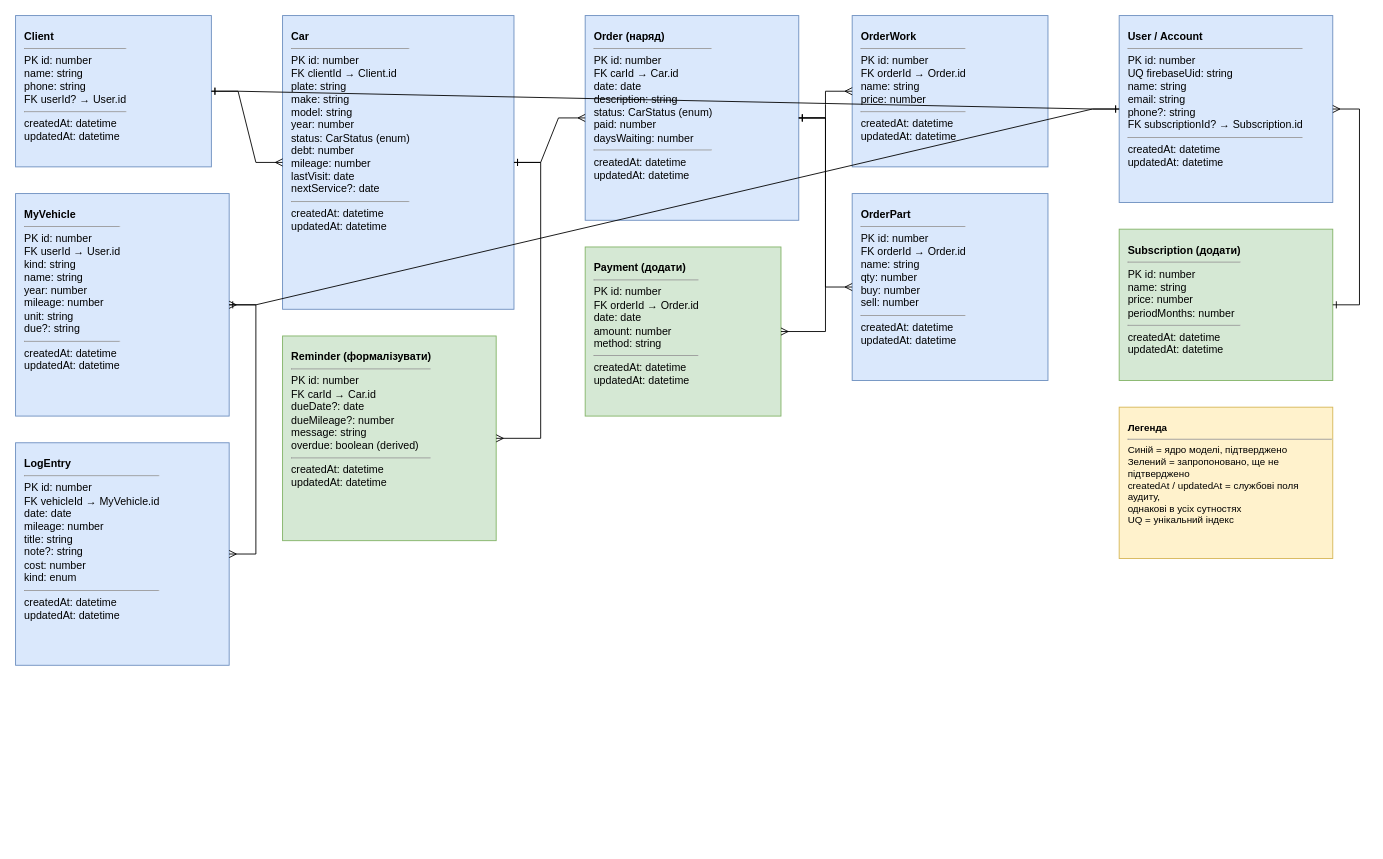
Before: garage-erd.drawio in maksymkrat/GarageOS, a draw.io diagram. Source tidied: cells renumbered, new cells numbered last; positions are measured from the earlier drawing's top-left corner, leaving out a move shared by most shapes. Both pictures are drawn from the tidied source at 89%, with x=0, y=0 at pixel (15, 15).
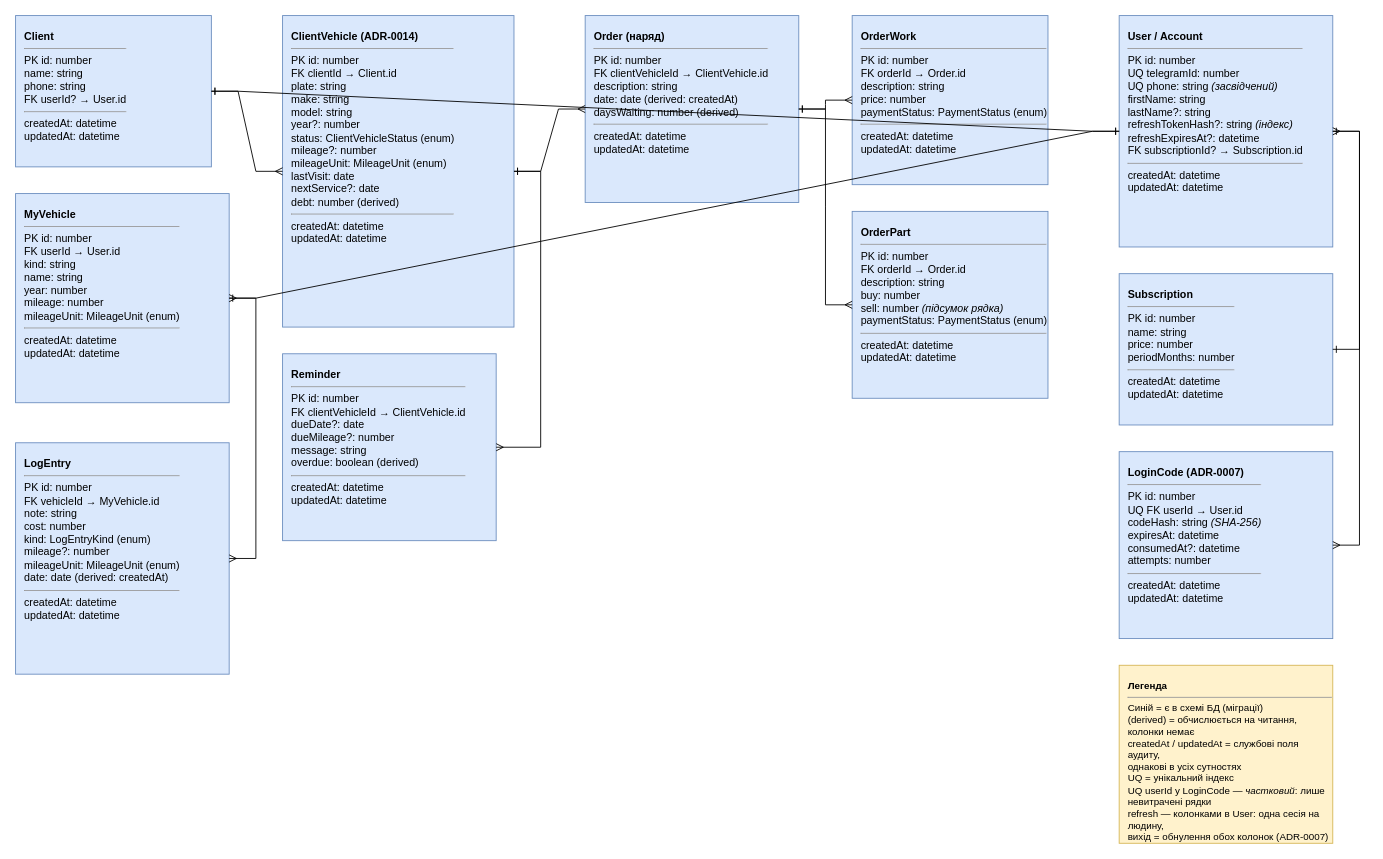
The same diagram, later.

Unchanged cells that the change refers to:
```xml
<mxCell id="2" value="&lt;b&gt;Client&lt;/b&gt;&lt;hr size=1&gt;PK id: number&lt;br&gt;name: string&lt;br&gt;phone: string&lt;br&gt;FK userId? → User.id&lt;hr size=1&gt;createdAt: datetime&lt;br&gt;updatedAt: datetime" style="rounded=0;whiteSpace=wrap;html=1;align=left;verticalAlign=top;spacingLeft=8;spacingTop=10;fontSize=12;fillColor=#dae8fc;strokeColor=#6c8ebf;" parent="1" vertex="1">
  <mxGeometry width="220" height="170" as="geometry" />
</mxCell>
```

What changed in the source:
```diff
@@
-    <mxCell id="3" value="&lt;b&gt;Car&lt;/b&gt;&lt;hr size=1&gt;PK id: number&lt;br&gt;FK clientId → Client.id&lt;br&gt;plate: string&lt;br&gt;make: string&lt;br&gt;model: string&lt;br&gt;year: number&lt;br&gt;status: CarStatus (enum)&lt;br&gt;debt: number&lt;br&gt;mileage: number&lt;br&gt;lastVisit: date&lt;br&gt;nextService?: date&lt;hr size=1&gt;createdAt: datetime&lt;br&gt;updatedAt: datetime" style="rounded=0;whiteSpace=wrap;html=1;align=left;verticalAlign=top;spacingLeft=8;spacingTop=10;fontSize=12;fillColor=#dae8fc;strokeColor=#6c8ebf;" parent="1" vertex="1">
-      <mxGeometry x="300" width="260" height="330" as="geometry" />
-    </mxCell>
+    <mxCell id="24" value="&lt;b&gt;ClientVehicle (ADR-0014)&lt;/b&gt;&lt;hr size=1&gt;PK id: number&lt;br&gt;FK clientId → Client.id&lt;br&gt;plate: string&lt;br&gt;make: string&lt;br&gt;model: string&lt;br&gt;year?: number&lt;br&gt;status: ClientVehicleStatus (enum)&lt;br&gt;mileage?: number&lt;br&gt;mileageUnit: MileageUnit (enum)&lt;br&gt;lastVisit: date&lt;br&gt;nextService?: date&lt;br&gt;debt: number (derived)&lt;hr size=1&gt;createdAt: datetime&lt;br&gt;updatedAt: datetime" style="rounded=0;whiteSpace=wrap;html=1;align=left;verticalAlign=top;spacingLeft=8;spacingTop=10;fontSize=12;fillColor=#dae8fc;strokeColor=#6c8ebf;" parent="1" vertex="1">
+      <mxGeometry x="300" width="260" height="350" as="geometry" />
+    </mxCell>
-    <mxCell id="4" value="&lt;b&gt;Order (наряд)&lt;/b&gt;&lt;hr size=1&gt;PK id: number&lt;br&gt;FK carId → Car.id&lt;br&gt;date: date&lt;br&gt;description: string&lt;br&gt;status: CarStatus (enum)&lt;br&gt;paid: number&lt;br&gt;daysWaiting: number&lt;hr size=1&gt;createdAt: datetime&lt;br&gt;updatedAt: datetime" style="rounded=0;whiteSpace=wrap;html=1;align=left;verticalAlign=top;spacingLeft=8;spacingTop=10;fontSize=12;fillColor=#dae8fc;strokeColor=#6c8ebf;" parent="1" vertex="1">
-      <mxGeometry x="640" width="240" height="230" as="geometry" />
+    <mxCell id="4" value="&lt;b&gt;Order (наряд)&lt;/b&gt;&lt;hr size=1&gt;PK id: number&lt;br&gt;FK clientVehicleId → ClientVehicle.id&lt;br&gt;description: string&lt;br&gt;date: date (derived: createdAt)&lt;br&gt;daysWaiting: number (derived)&lt;hr size=1&gt;createdAt: datetime&lt;br&gt;updatedAt: datetime" style="rounded=0;whiteSpace=wrap;html=1;align=left;verticalAlign=top;spacingLeft=8;spacingTop=10;fontSize=12;fillColor=#dae8fc;strokeColor=#6c8ebf;" parent="1" vertex="1">
+      <mxGeometry x="640" width="240" height="210" as="geometry" />
     </mxCell>
-    <mxCell id="5" value="&lt;b&gt;OrderWork&lt;/b&gt;&lt;hr size=1&gt;PK id: number&lt;br&gt;FK orderId → Order.id&lt;br&gt;name: string&lt;br&gt;price: number&lt;hr size=1&gt;createdAt: datetime&lt;br&gt;updatedAt: datetime" style="rounded=0;whiteSpace=wrap;html=1;align=left;verticalAlign=top;spacingLeft=8;spacingTop=10;fontSize=12;fillColor=#dae8fc;strokeColor=#6c8ebf;" parent="1" vertex="1">
-      <mxGeometry x="940" width="220" height="170" as="geometry" />
+    <mxCell id="5" value="&lt;b&gt;OrderWork&lt;/b&gt;&lt;hr size=1&gt;PK id: number&lt;br&gt;FK orderId → Order.id&lt;br&gt;description: string&lt;br&gt;price: number&lt;br&gt;paymentStatus: PaymentStatus (enum)&lt;hr size=1&gt;createdAt: datetime&lt;br&gt;updatedAt: datetime" style="rounded=0;whiteSpace=wrap;html=1;align=left;verticalAlign=top;spacingLeft=8;spacingTop=10;fontSize=12;fillColor=#dae8fc;strokeColor=#6c8ebf;" parent="1" vertex="1">
+      <mxGeometry x="940" width="220" height="190" as="geometry" />
     </mxCell>
-    <mxCell id="6" value="&lt;b&gt;OrderPart&lt;/b&gt;&lt;hr size=1&gt;PK id: number&lt;br&gt;FK orderId → Order.id&lt;br&gt;name: string&lt;br&gt;qty: number&lt;br&gt;buy: number&lt;br&gt;sell: number&lt;hr size=1&gt;createdAt: datetime&lt;br&gt;updatedAt: datetime" style="rounded=0;whiteSpace=wrap;html=1;align=left;verticalAlign=top;spacingLeft=8;spacingTop=10;fontSize=12;fillColor=#dae8fc;strokeColor=#6c8ebf;" parent="1" vertex="1">
-      <mxGeometry x="940" y="200" width="220" height="210" as="geometry" />
+    <mxCell id="6" value="&lt;b&gt;OrderPart&lt;/b&gt;&lt;hr size=1&gt;PK id: number&lt;br&gt;FK orderId → Order.id&lt;br&gt;description: string&lt;br&gt;buy: number&lt;br&gt;sell: number &lt;i&gt;(підсумок рядка)&lt;/i&gt;&lt;br&gt;paymentStatus: PaymentStatus (enum)&lt;hr size=1&gt;createdAt: datetime&lt;br&gt;updatedAt: datetime" style="rounded=0;whiteSpace=wrap;html=1;align=left;verticalAlign=top;spacingLeft=8;spacingTop=10;fontSize=12;fillColor=#dae8fc;strokeColor=#6c8ebf;" parent="1" vertex="1">
+      <mxGeometry x="940" y="220" width="220" height="210" as="geometry" />
     </mxCell>
-    <mxCell id="7" value="&lt;b&gt;Reminder (формалізувати)&lt;/b&gt;&lt;hr size=1&gt;PK id: number&lt;br&gt;FK carId → Car.id&lt;br&gt;dueDate?: date&lt;br&gt;dueMileage?: number&lt;br&gt;message: string&lt;br&gt;overdue: boolean (derived)&lt;hr size=1&gt;createdAt: datetime&lt;br&gt;updatedAt: datetime" style="rounded=0;whiteSpace=wrap;html=1;align=left;verticalAlign=top;spacingLeft=8;spacingTop=10;fontSize=12;fillColor=#d5e8d4;strokeColor=#82b366;" parent="1" vertex="1">
-      <mxGeometry x="300" y="360" width="240" height="230" as="geometry" />
+    <mxCell id="7" value="&lt;b&gt;Reminder&lt;/b&gt;&lt;hr size=1&gt;PK id: number&lt;br&gt;FK clientVehicleId → ClientVehicle.id&lt;br&gt;dueDate?: date&lt;br&gt;dueMileage?: number&lt;br&gt;message: string&lt;br&gt;overdue: boolean (derived)&lt;hr size=1&gt;createdAt: datetime&lt;br&gt;updatedAt: datetime" style="rounded=0;whiteSpace=wrap;html=1;align=left;verticalAlign=top;spacingLeft=8;spacingTop=10;fontSize=12;fillColor=#dae8fc;strokeColor=#6c8ebf;" parent="1" vertex="1">
+      <mxGeometry x="300" y="380" width="240" height="210" as="geometry" />
     </mxCell>
-    <mxCell id="8" value="&lt;b&gt;Payment (додати)&lt;/b&gt;&lt;hr size=1&gt;PK id: number&lt;br&gt;FK orderId → Order.id&lt;br&gt;date: date&lt;br&gt;amount: number&lt;br&gt;method: string&lt;hr size=1&gt;createdAt: datetime&lt;br&gt;updatedAt: datetime" style="rounded=0;whiteSpace=wrap;html=1;align=left;verticalAlign=top;spacingLeft=8;spacingTop=10;fontSize=12;fillColor=#d5e8d4;strokeColor=#82b366;" parent="1" vertex="1">
-      <mxGeometry x="640" y="260" width="220" height="190" as="geometry" />
-    </mxCell>
-    <mxCell id="9" value="&lt;b&gt;MyVehicle&lt;/b&gt;&lt;hr size=1&gt;PK id: number&lt;br&gt;FK userId → User.id&lt;br&gt;kind: string&lt;br&gt;name: string&lt;br&gt;year: number&lt;br&gt;mileage: number&lt;br&gt;unit: string&lt;br&gt;due?: string&lt;hr size=1&gt;createdAt: datetime&lt;br&gt;updatedAt: datetime" style="rounded=0;whiteSpace=wrap;html=1;align=left;verticalAlign=top;spacingLeft=8;spacingTop=10;fontSize=12;fillColor=#dae8fc;strokeColor=#6c8ebf;" parent="1" vertex="1">
-      <mxGeometry y="200" width="240" height="250" as="geometry" />
+    <mxCell id="9" value="&lt;b&gt;MyVehicle&lt;/b&gt;&lt;hr size=1&gt;PK id: number&lt;br&gt;FK userId → User.id&lt;br&gt;kind: string&lt;br&gt;name: string&lt;br&gt;year: number&lt;br&gt;mileage: number&lt;br&gt;mileageUnit: MileageUnit (enum)&lt;hr size=1&gt;createdAt: datetime&lt;br&gt;updatedAt: datetime" style="rounded=0;whiteSpace=wrap;html=1;align=left;verticalAlign=top;spacingLeft=8;spacingTop=10;fontSize=12;fillColor=#dae8fc;strokeColor=#6c8ebf;" parent="1" vertex="1">
+      <mxGeometry y="200" width="240" height="235" as="geometry" />
     </mxCell>
-    <mxCell id="10" value="&lt;b&gt;LogEntry&lt;/b&gt;&lt;hr size=1&gt;PK id: number&lt;br&gt;FK vehicleId → MyVehicle.id&lt;br&gt;date: date&lt;br&gt;mileage: number&lt;br&gt;title: string&lt;br&gt;note?: string&lt;br&gt;cost: number&lt;br&gt;kind: enum&lt;hr size=1&gt;createdAt: datetime&lt;br&gt;updatedAt: datetime" style="rounded=0;whiteSpace=wrap;html=1;align=left;verticalAlign=top;spacingLeft=8;spacingTop=10;fontSize=12;fillColor=#dae8fc;strokeColor=#6c8ebf;" parent="1" vertex="1">
-      <mxGeometry y="480" width="240" height="250" as="geometry" />
+    <mxCell id="10" value="&lt;b&gt;LogEntry&lt;/b&gt;&lt;hr size=1&gt;PK id: number&lt;br&gt;FK vehicleId → MyVehicle.id&lt;br&gt;note: string&lt;br&gt;cost: number&lt;br&gt;kind: LogEntryKind (enum)&lt;br&gt;mileage?: number&lt;br&gt;mileageUnit: MileageUnit (enum)&lt;br&gt;date: date (derived: createdAt)&lt;hr size=1&gt;createdAt: datetime&lt;br&gt;updatedAt: datetime" style="rounded=0;whiteSpace=wrap;html=1;align=left;verticalAlign=top;spacingLeft=8;spacingTop=10;fontSize=12;fillColor=#dae8fc;strokeColor=#6c8ebf;" parent="1" vertex="1">
+      <mxGeometry y="480" width="240" height="260" as="geometry" />
     </mxCell>
-    <mxCell id="11" value="&lt;b&gt;User / Account&lt;/b&gt;&lt;hr size=1&gt;PK id: number&lt;br&gt;UQ firebaseUid: string&lt;br&gt;name: string&lt;br&gt;email: string&lt;br&gt;phone?: string&lt;br&gt;FK subscriptionId? → Subscription.id&lt;hr size=1&gt;createdAt: datetime&lt;br&gt;updatedAt: datetime" style="rounded=0;whiteSpace=wrap;html=1;align=left;verticalAlign=top;spacingLeft=8;spacingTop=10;fontSize=12;fillColor=#dae8fc;strokeColor=#6c8ebf;" parent="1" vertex="1">
-      <mxGeometry x="1240" width="240" height="210" as="geometry" />
+    <mxCell id="11" value="&lt;b&gt;User / Account&lt;/b&gt;&lt;hr size=1&gt;PK id: number&lt;br&gt;UQ telegramId: number&lt;br&gt;UQ phone: string &lt;i&gt;(засвідчений)&lt;/i&gt;&lt;br&gt;firstName: string&lt;br&gt;lastName?: string&lt;br&gt;refreshTokenHash?: string &lt;i&gt;(індекс)&lt;/i&gt;&lt;br&gt;refreshExpiresAt?: datetime&lt;br&gt;FK subscriptionId? → Subscription.id&lt;hr size=1&gt;createdAt: datetime&lt;br&gt;updatedAt: datetime" style="rounded=0;whiteSpace=wrap;html=1;align=left;verticalAlign=top;spacingLeft=8;spacingTop=10;fontSize=12;fillColor=#dae8fc;strokeColor=#6c8ebf;" parent="1" vertex="1">
+      <mxGeometry x="1240" width="240" height="260" as="geometry" />
     </mxCell>
-    <mxCell id="12" style="edgeStyle=entityRelationEdgeStyle;rounded=0;html=1;startArrow=ERone;startFill=0;endArrow=ERmany;endFill=0;fontSize=10;" parent="1" edge="1" source="2" target="3">
+    <mxCell id="12" style="edgeStyle=entityRelationEdgeStyle;rounded=0;html=1;startArrow=ERone;startFill=0;endArrow=ERmany;endFill=0;fontSize=10;" parent="1" edge="1" source="2" target="24">
       <mxGeometry relative="1" as="geometry" />
     </mxCell>
-    <mxCell id="13" style="edgeStyle=entityRelationEdgeStyle;rounded=0;html=1;startArrow=ERone;startFill=0;endArrow=ERmany;endFill=0;fontSize=10;" parent="1" edge="1" source="3" target="4">
+    <mxCell id="13" style="edgeStyle=entityRelationEdgeStyle;rounded=0;html=1;startArrow=ERone;startFill=0;endArrow=ERmany;endFill=0;fontSize=10;" parent="1" edge="1" source="24" target="4">
       <mxGeometry relative="1" as="geometry" />
     </mxCell>
-    <mxCell id="14" style="edgeStyle=entityRelationEdgeStyle;rounded=0;html=1;startArrow=ERone;startFill=0;endArrow=ERmany;endFill=0;fontSize=10;" parent="1" edge="1" source="3" target="7">
+    <mxCell id="14" style="edgeStyle=entityRelationEdgeStyle;rounded=0;html=1;startArrow=ERone;startFill=0;endArrow=ERmany;endFill=0;fontSize=10;" parent="1" edge="1" source="24" target="7">
       <mxGeometry relative="1" as="geometry" />
     </mxCell>
@@
-    <mxCell id="17" style="edgeStyle=entityRelationEdgeStyle;rounded=0;html=1;startArrow=ERone;startFill=0;endArrow=ERmany;endFill=0;fontSize=10;" parent="1" edge="1" source="4" target="8">
-      <mxGeometry relative="1" as="geometry" />
-    </mxCell>
@@
-    <mxCell id="20" value="&lt;b&gt;Subscription (додати)&lt;/b&gt;&lt;hr size=1&gt;PK id: number&lt;br&gt;name: string&lt;br&gt;price: number&lt;br&gt;periodMonths: number&lt;hr size=1&gt;createdAt: datetime&lt;br&gt;updatedAt: datetime" style="rounded=0;whiteSpace=wrap;html=1;align=left;verticalAlign=top;spacingLeft=8;spacingTop=10;fontSize=12;fillColor=#d5e8d4;strokeColor=#82b366;" parent="1" vertex="1">
-      <mxGeometry x="1240" y="240" width="240" height="170" as="geometry" />
+    <mxCell id="20" value="&lt;b&gt;Subscription&lt;/b&gt;&lt;hr size=1&gt;PK id: number&lt;br&gt;name: string&lt;br&gt;price: number&lt;br&gt;periodMonths: number&lt;hr size=1&gt;createdAt: datetime&lt;br&gt;updatedAt: datetime" style="rounded=0;whiteSpace=wrap;html=1;align=left;verticalAlign=top;spacingLeft=8;spacingTop=10;fontSize=12;fillColor=#dae8fc;strokeColor=#6c8ebf;" parent="1" vertex="1">
+      <mxGeometry x="1240" y="290" width="240" height="170" as="geometry" />
     </mxCell>
@@
+    <mxCell id="25" value="&lt;b&gt;LoginCode (ADR-0007)&lt;/b&gt;&lt;hr size=1&gt;PK id: number&lt;br&gt;UQ FK userId → User.id&lt;br&gt;codeHash: string &lt;i&gt;(SHA-256)&lt;/i&gt;&lt;br&gt;expiresAt: datetime&lt;br&gt;consumedAt?: datetime&lt;br&gt;attempts: number&lt;hr size=1&gt;createdAt: datetime&lt;br&gt;updatedAt: datetime" style="rounded=0;whiteSpace=wrap;html=1;align=left;verticalAlign=top;spacingLeft=8;spacingTop=10;fontSize=12;fillColor=#dae8fc;strokeColor=#6c8ebf;" parent="1" vertex="1">
+      <mxGeometry x="1240" y="490" width="240" height="210" as="geometry" />
+    </mxCell>
+    <mxCell id="26" style="edgeStyle=entityRelationEdgeStyle;rounded=0;html=1;startArrow=ERone;startFill=0;endArrow=ERmany;endFill=0;fontSize=10;" parent="1" edge="1" source="11" target="25">
+      <mxGeometry relative="1" as="geometry" />
+    </mxCell>
-    <mxCell id="23" value="&lt;b&gt;Легенда&lt;/b&gt;&lt;hr size=1&gt;Синій = ядро моделі, підтверджено&lt;br&gt;Зелений = запропоновано, ще не підтверджено&lt;br&gt;createdAt / updatedAt = службові поля аудиту,&lt;br&gt;однакові в усіх сутностях&lt;br&gt;UQ = унікальний індекс" style="rounded=0;whiteSpace=wrap;html=1;align=left;verticalAlign=top;spacingLeft=8;spacingTop=10;fontSize=11;fillColor=#fff2cc;strokeColor=#d6b656;" parent="1" vertex="1">
-      <mxGeometry x="1240" y="440" width="240" height="170" as="geometry" />
+    <mxCell id="23" value="&lt;b&gt;Легенда&lt;/b&gt;&lt;hr size=1&gt;Синій = є в схемі БД (міграції)&lt;br&gt;(derived) = обчислюється на читання, колонки немає&lt;br&gt;createdAt / updatedAt = службові поля аудиту,&lt;br&gt;однакові в усіх сутностях&lt;br&gt;UQ = унікальний індекс&lt;br&gt;UQ userId у LoginCode — &lt;i&gt;частковий&lt;/i&gt;: лише невитрачені рядки&lt;br&gt;refresh — колонками в User: одна сесія на людину,&lt;br&gt;вихід = обнулення обох колонок (ADR-0007)" style="rounded=0;whiteSpace=wrap;html=1;align=left;verticalAlign=top;spacingLeft=8;spacingTop=10;fontSize=11;fillColor=#fff2cc;strokeColor=#d6b656;" parent="1" vertex="1">
+      <mxGeometry x="1240" y="730" width="240" height="200" as="geometry" />
     </mxCell>
```
